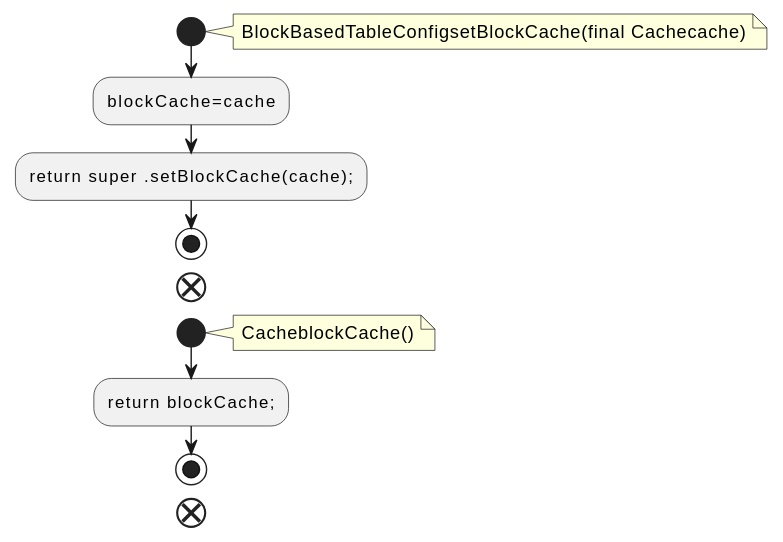
Before: docs/qc/streams/src/main/java/org/apache/kafka/streams/state/internals/BlockBasedTableConfigWithAccessibleCache.java.fct.svg, a diagram exported from PlantUML (qualitesys/kafka).
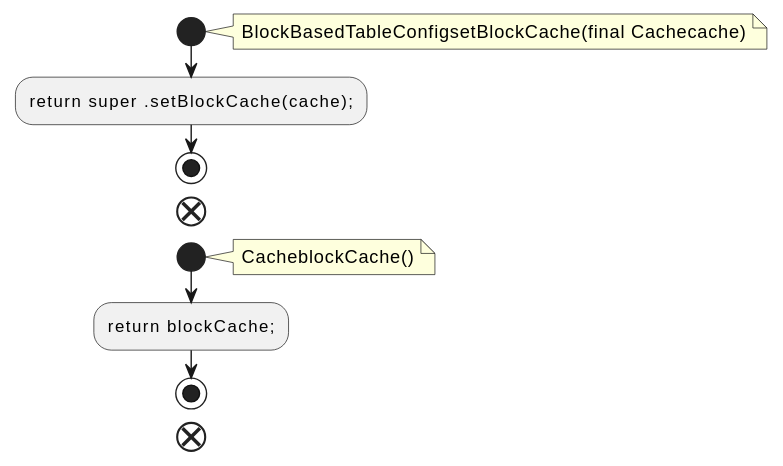
After the commit.

What changed in the source:
```diff
@@ -4,7 +4,6 @@
 note right
 BlockBasedTableConfigsetBlockCache(final Cachecache)
 end note
-:blockCache=cache;
 :return super .setBlockCache(cache);;
 stop
 end
```
